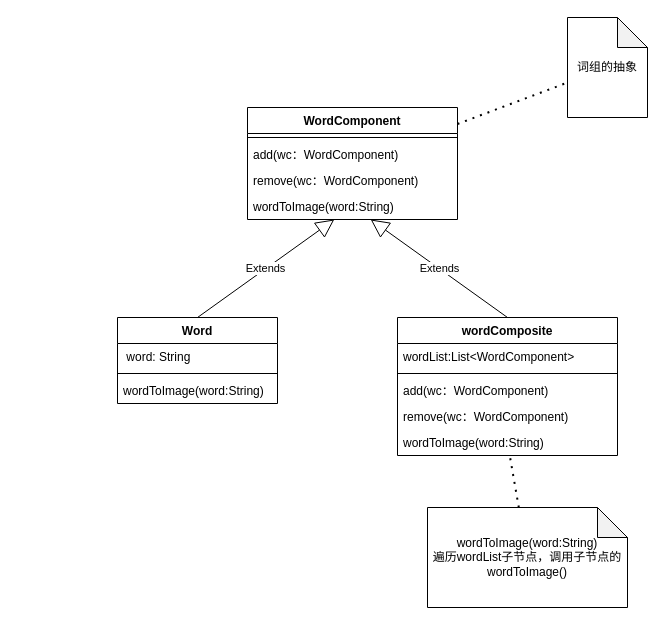
Before: AIGC词生图工具优化.drawio in milletzhu/datasource, a draw.io diagram. Source tidied: cells renumbered, new cells numbered last; positions are measured from the earlier drawing's top-left corner, leaving out a move shared by most shapes. Both pictures are drawn from the tidied source at 100%, with x=0, y=0 at pixel (117, 17).
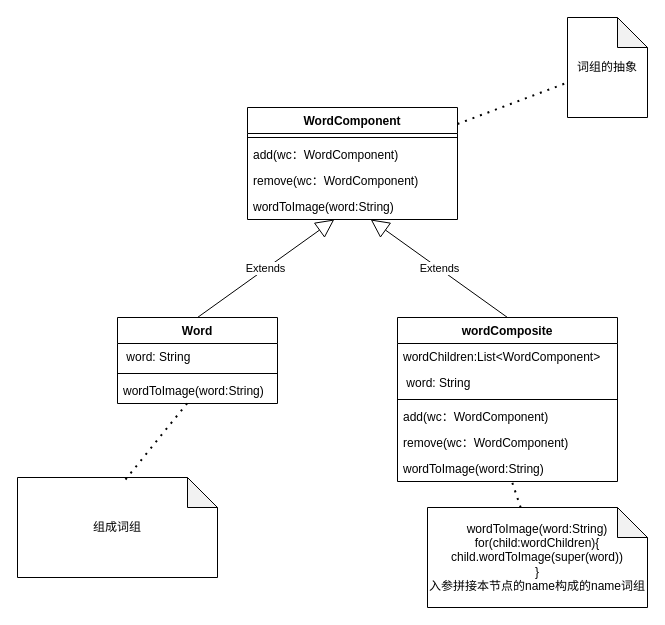
Above is the later version.

Commit message (it also covers changes not shown here):
更新AIGC词生图工具优化.drawio

Unchanged cells that the change refers to:
```xml
<mxCell id="12" value="wordToImage(word:String)" style="text;strokeColor=none;fillColor=none;align=left;verticalAlign=top;spacingLeft=4;spacingRight=4;overflow=hidden;points=[[0,0.5],[1,0.5]];portConstraint=eastwest;" parent="9" vertex="1">
  <mxGeometry y="60" width="160" height="26" as="geometry" />
</mxCell>
```

Change to the diagram source:
```diff
@@
     <mxCell id="14" value="wordComposite" style="swimlane;fontStyle=1;align=center;verticalAlign=top;horizontal=1;startSize=26;" parent="1" vertex="1">
-      <mxGeometry x="280" y="300" width="220" height="138" as="geometry" />
+      <mxGeometry x="280" y="300" width="220" height="164" as="geometry" />
     </mxCell>
-    <mxCell id="15" value="wordList:List&lt;WordComponent&gt;" style="text;strokeColor=none;fillColor=none;align=left;verticalAlign=top;spacingLeft=4;spacingRight=4;overflow=hidden;" parent="14" vertex="1">
+    <mxCell id="15" value="wordChildren:List&lt;WordComponent&gt;" style="text;strokeColor=none;fillColor=none;align=left;verticalAlign=top;spacingLeft=4;spacingRight=4;overflow=hidden;" parent="14" vertex="1">
       <mxGeometry y="26" width="220" height="26" as="geometry" />
     </mxCell>
+    <mxCell id="23" value=" word: String" style="text;strokeColor=none;fillColor=none;align=left;verticalAlign=top;spacingLeft=4;spacingRight=4;overflow=hidden;" parent="14" vertex="1">
+      <mxGeometry y="52" width="220" height="26" as="geometry" />
+    </mxCell>
     <mxCell id="16" style="line;strokeWidth=1;fillColor=none;align=left;verticalAlign=middle;spacingTop=-1;spacingLeft=3;spacingRight=3;labelPosition=right;strokeColor=inherit;" parent="14" vertex="1">
-      <mxGeometry y="52" width="220" height="8" as="geometry" />
+      <mxGeometry y="78" width="220" height="8" as="geometry" />
     </mxCell>
     <mxCell id="17" value="add(wc：WordComponent)" style="text;strokeColor=none;fillColor=none;align=left;verticalAlign=top;spacingLeft=4;spacingRight=4;overflow=hidden;" parent="14" vertex="1">
-      <mxGeometry y="60" width="220" height="26" as="geometry" />
+      <mxGeometry y="86" width="220" height="26" as="geometry" />
     </mxCell>
     <mxCell id="18" value="remove(wc：WordComponent)" style="text;strokeColor=none;fillColor=none;align=left;verticalAlign=top;spacingLeft=4;spacingRight=4;overflow=hidden;" parent="14" vertex="1">
-      <mxGeometry y="86" width="220" height="26" as="geometry" />
+      <mxGeometry y="112" width="220" height="26" as="geometry" />
     </mxCell>
     <mxCell id="19" value="wordToImage(word:String)" style="text;strokeColor=none;fillColor=none;align=left;verticalAlign=top;spacingLeft=4;spacingRight=4;overflow=hidden;points=[[0,0.5],[1,0.5]];portConstraint=eastwest;" parent="14" vertex="1">
-      <mxGeometry y="112" width="220" height="26" as="geometry" />
+      <mxGeometry y="138" width="220" height="26" as="geometry" />
     </mxCell>
@@
-    <mxCell id="21" value="wordToImage(word:String)&lt;br&gt;遍历wordList子节点，调用子节点的wordToImage()" style="shape=note;whiteSpace=wrap;html=1;backgroundOutline=1;darkOpacity=0.05;" parent="1" vertex="1">
-      <mxGeometry x="310" y="490" width="200" height="100" as="geometry" />
+    <mxCell id="21" value="wordToImage(word:String)&lt;br&gt;for(child:wordChildren){&lt;br&gt;child.wordToImage(super(word))&lt;br&gt;}&lt;br&gt;入参拼接本节点的name构成的name词组" style="shape=note;whiteSpace=wrap;html=1;backgroundOutline=1;darkOpacity=0.05;" parent="1" vertex="1">
+      <mxGeometry x="310" y="490" width="220" height="100" as="geometry" />
     </mxCell>
@@
+    <mxCell id="24" value="组成词组" style="shape=note;whiteSpace=wrap;html=1;backgroundOutline=1;darkOpacity=0.05;" parent="1" vertex="1">
+      <mxGeometry x="-100" y="460" width="200" height="100" as="geometry" />
+    </mxCell>
+    <mxCell id="25" style="endArrow=none;dashed=1;html=1;dashPattern=1 3;strokeWidth=2;rounded=0;exitX=0.54;exitY=0.02;exitDx=0;exitDy=0;exitPerimeter=0;" parent="1" edge="1" source="24" target="12">
+      <mxGeometry relative="1" as="geometry" />
+    </mxCell>
```
